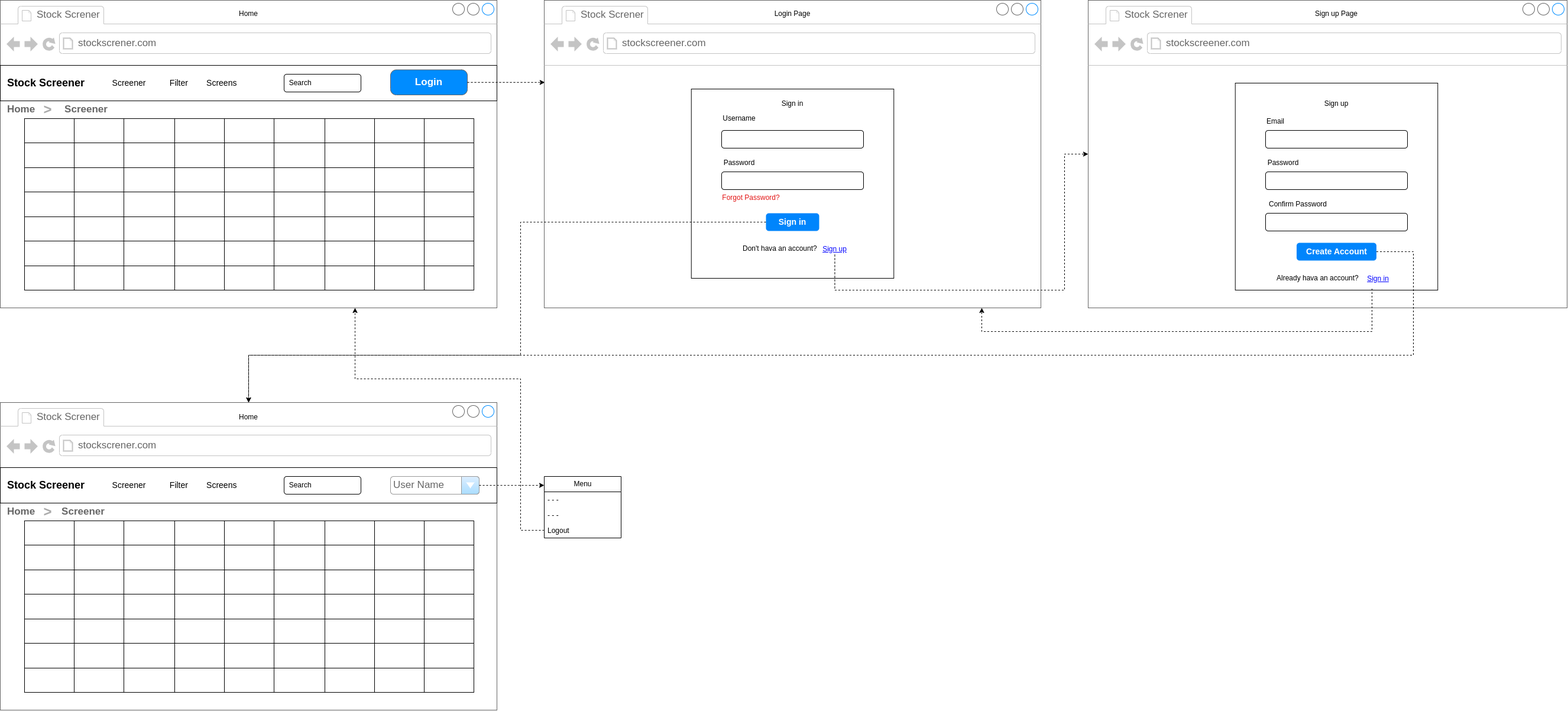
Above: pages/loginflow.drawio.png in The-Reinhold/Screener_DrawIO (draw.io), before the change. Source tidied: cells renumbered, new cells last; positions are measured from the earlier drawing's top-left corner, leaving out a move shared by most shapes.
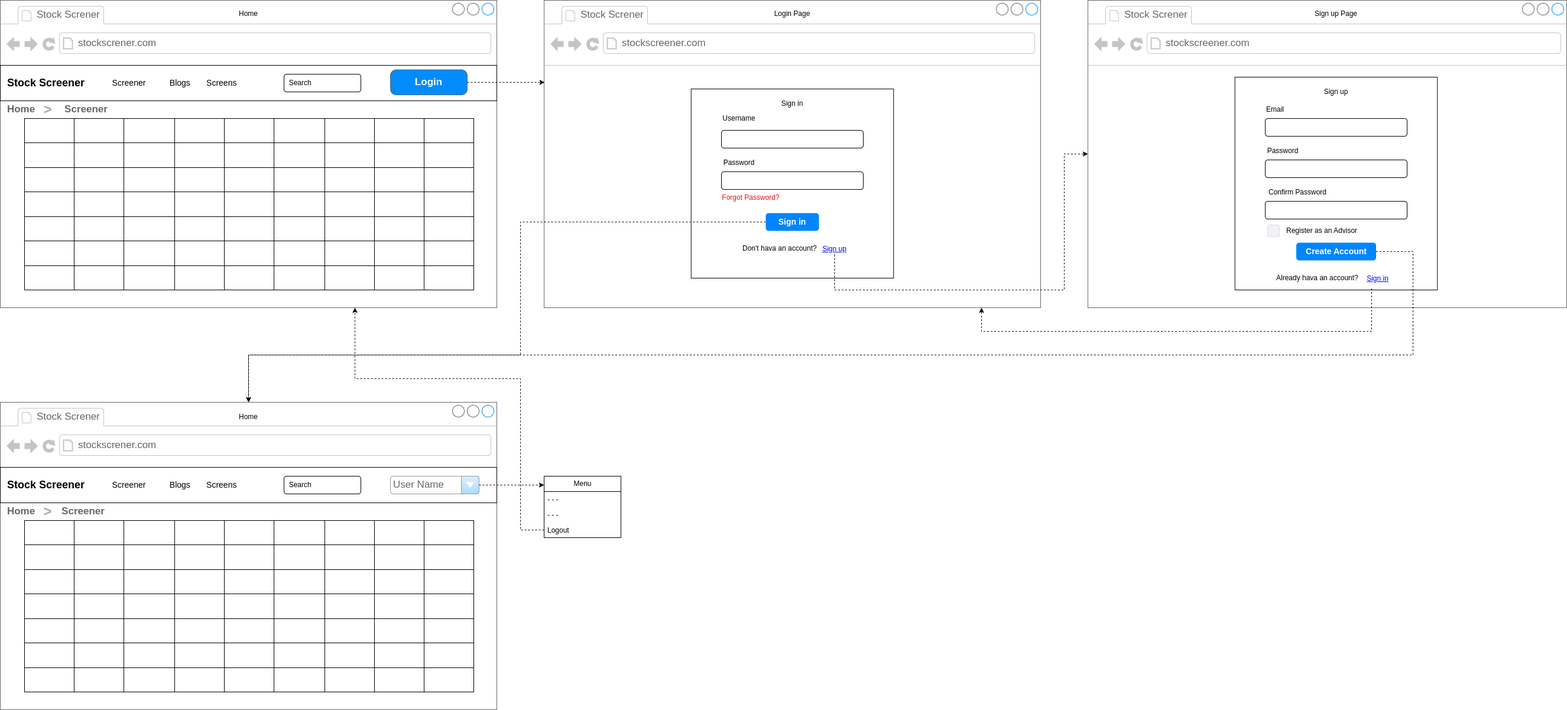
After the change.

Commit message:
added Register as advisor in signup page

What changed in the source:
```diff
@@ -60,22 +60,22 @@
       <mxGeometry x="300" y="8" width="240" height="30" as="geometry" />
     </mxCell>
     <mxCell id="21" style="rounded=0;whiteSpace=wrap;html=1;" parent="17" vertex="1">
-      <mxGeometry x="248.8" y="140" width="342.5" height="350" as="geometry" />
+      <mxGeometry x="248.8" y="130" width="342.5" height="360" as="geometry" />
     </mxCell>
     <mxCell id="22" value="Sign up" style="text;html=1;strokeColor=none;fillColor=none;align=center;verticalAlign=middle;whiteSpace=wrap;rounded=0;" parent="17" vertex="1">
-      <mxGeometry x="390" y="160" width="60" height="30" as="geometry" />
+      <mxGeometry x="390" y="140" width="60" height="30" as="geometry" />
     </mxCell>
     <mxCell id="23" style="rounded=1;whiteSpace=wrap;html=1;" parent="17" vertex="1">
-      <mxGeometry x="300" y="220" width="240" height="30" as="geometry" />
+      <mxGeometry x="300" y="200" width="240" height="30" as="geometry" />
     </mxCell>
     <mxCell id="24" value="Email" style="text;html=1;strokeColor=none;fillColor=none;align=left;verticalAlign=middle;whiteSpace=wrap;rounded=0;" parent="17" vertex="1">
-      <mxGeometry x="300" y="190" width="60" height="30" as="geometry" />
+      <mxGeometry x="300" y="170" width="60" height="30" as="geometry" />
     </mxCell>
     <mxCell id="25" style="rounded=1;whiteSpace=wrap;html=1;" parent="17" vertex="1">
-      <mxGeometry x="300" y="290" width="240" height="30" as="geometry" />
+      <mxGeometry x="300" y="270" width="240" height="30" as="geometry" />
     </mxCell>
     <mxCell id="26" value="Password" style="text;html=1;strokeColor=none;fillColor=none;align=center;verticalAlign=middle;whiteSpace=wrap;rounded=0;" parent="17" vertex="1">
-      <mxGeometry x="300" y="260" width="60" height="30" as="geometry" />
+      <mxGeometry x="300" y="240" width="60" height="30" as="geometry" />
     </mxCell>
     <mxCell id="27" value="Create Account" style="html=1;shadow=0;dashed=0;shape=mxgraph.bootstrap.rrect;rSize=5;strokeColor=none;strokeWidth=1;fillColor=#0085FC;fontColor=#FFFFFF;whiteSpace=wrap;align=center;verticalAlign=middle;spacingLeft=0;fontStyle=1;fontSize=14;spacing=5;" parent="17" vertex="1">
       <mxGeometry x="352.5" y="410" width="135" height="30" as="geometry" />
@@ -87,14 +87,17 @@
       <mxGeometry x="13.2" width="146.8" height="40" as="geometry" />
     </mxCell>
     <mxCell id="30" style="rounded=1;whiteSpace=wrap;html=1;" parent="17" vertex="1">
-      <mxGeometry x="300" y="360" width="240" height="30" as="geometry" />
+      <mxGeometry x="300" y="340" width="240" height="30" as="geometry" />
     </mxCell>
     <mxCell id="31" value="Confirm Password" style="text;html=1;strokeColor=none;fillColor=none;align=center;verticalAlign=middle;whiteSpace=wrap;rounded=0;" parent="17" vertex="1">
-      <mxGeometry x="300" y="330" width="110" height="30" as="geometry" />
+      <mxGeometry x="300" y="310" width="110" height="30" as="geometry" />
     </mxCell>
     <mxCell id="32" value="&lt;font style=&quot;font-size: 12px;&quot;&gt;Sign in&lt;br&gt;&lt;/font&gt;" style="shape=rectangle;strokeColor=none;fillColor=none;linkText=;fontSize=17;fontColor=#0000ff;fontStyle=4;html=1;align=center;" parent="17" vertex="1">
       <mxGeometry x="460" y="452.5" width="60.1" height="35" as="geometry" />
     </mxCell>
+    <mxCell id="209" value="Register as an Advisor" style="rounded=1;fillColor=#F0F2F5;strokeColor=#D8DCE3;align=left;verticalAlign=middle;fontStyle=0;fontSize=12;labelPosition=right;verticalLabelPosition=middle;spacingLeft=10;html=1;shadow=0;dashed=0;" parent="17" vertex="1">
+      <mxGeometry x="304" y="380" width="20" height="20" as="geometry" />
+    </mxCell>
     <mxCell id="33" style="edgeStyle=orthogonalEdgeStyle;rounded=0;jettySize=auto;html=1;dashed=1;strokeWidth=1;" parent="1" edge="1" source="16" target="17">
       <mxGeometry relative="1" as="geometry">
         <Array as="points">
@@ -124,7 +127,7 @@
     <mxCell id="38" value="&lt;h2&gt;&amp;nbsp; Stock Screener&amp;nbsp;&lt;/h2&gt;" style="rounded=0;whiteSpace=wrap;html=1;align=left;" parent="35" vertex="1">
       <mxGeometry y="110" width="840" height="60" as="geometry" />
     </mxCell>
-    <mxCell id="39" value="Screener&lt;span style=&quot;white-space: pre; font-size: 14px;&quot;&gt;&#9;&lt;/span&gt;&lt;span style=&quot;white-space: pre; font-size: 14px;&quot;&gt;&#9;&lt;/span&gt;&amp;nbsp;Filter&lt;span style=&quot;white-space: pre; font-size: 14px;&quot;&gt;&#9;&lt;/span&gt;&amp;nbsp;Screens" style="text;html=1;strokeColor=none;fillColor=none;align=center;verticalAlign=middle;whiteSpace=wrap;rounded=0;fontSize=14;" parent="35" vertex="1">
+    <mxCell id="39" value="Screener&lt;span style=&quot;white-space: pre; font-size: 14px;&quot;&gt;&#9;&lt;/span&gt;&lt;span style=&quot;white-space: pre; font-size: 14px;&quot;&gt;&#9;&lt;/span&gt;&amp;nbsp;Blogs&lt;span style=&quot;white-space: pre; font-size: 14px;&quot;&gt;&#9;&lt;/span&gt;&amp;nbsp;Screens" style="text;html=1;strokeColor=none;fillColor=none;align=center;verticalAlign=middle;whiteSpace=wrap;rounded=0;fontSize=14;" parent="35" vertex="1">
       <mxGeometry x="190" y="125" width="210" height="30" as="geometry" />
     </mxCell>
     <mxCell id="40" value="&amp;nbsp; Search" style="rounded=1;whiteSpace=wrap;html=1;align=left;" parent="35" vertex="1">
@@ -373,7 +376,7 @@
     <mxCell id="121" value="&lt;h2&gt;&amp;nbsp; Stock Screener&amp;nbsp;&lt;/h2&gt;" style="rounded=0;whiteSpace=wrap;html=1;align=left;" parent="118" vertex="1">
       <mxGeometry y="110" width="840" height="60" as="geometry" />
     </mxCell>
-    <mxCell id="122" value="Screener&lt;span style=&quot;white-space: pre; font-size: 14px;&quot;&gt;&#9;&lt;/span&gt;&lt;span style=&quot;white-space: pre; font-size: 14px;&quot;&gt;&#9;&lt;/span&gt;&amp;nbsp;Filter&lt;span style=&quot;white-space: pre; font-size: 14px;&quot;&gt;&#9;&lt;/span&gt;&amp;nbsp;Screens" style="text;html=1;strokeColor=none;fillColor=none;align=center;verticalAlign=middle;whiteSpace=wrap;rounded=0;fontSize=14;" parent="118" vertex="1">
+    <mxCell id="122" value="Screener&lt;span style=&quot;white-space: pre; font-size: 14px;&quot;&gt;&#9;&lt;/span&gt;&lt;span style=&quot;white-space: pre; font-size: 14px;&quot;&gt;&#9;&lt;/span&gt;&amp;nbsp;Blogs&lt;span style=&quot;white-space: pre; font-size: 14px;&quot;&gt;&#9;&lt;/span&gt;&amp;nbsp;Screens" style="text;html=1;strokeColor=none;fillColor=none;align=center;verticalAlign=middle;whiteSpace=wrap;rounded=0;fontSize=14;" parent="118" vertex="1">
       <mxGeometry x="190" y="125" width="210" height="30" as="geometry" />
     </mxCell>
     <mxCell id="123" value="&amp;nbsp; Search" style="rounded=1;whiteSpace=wrap;html=1;align=left;" parent="118" vertex="1">
```
